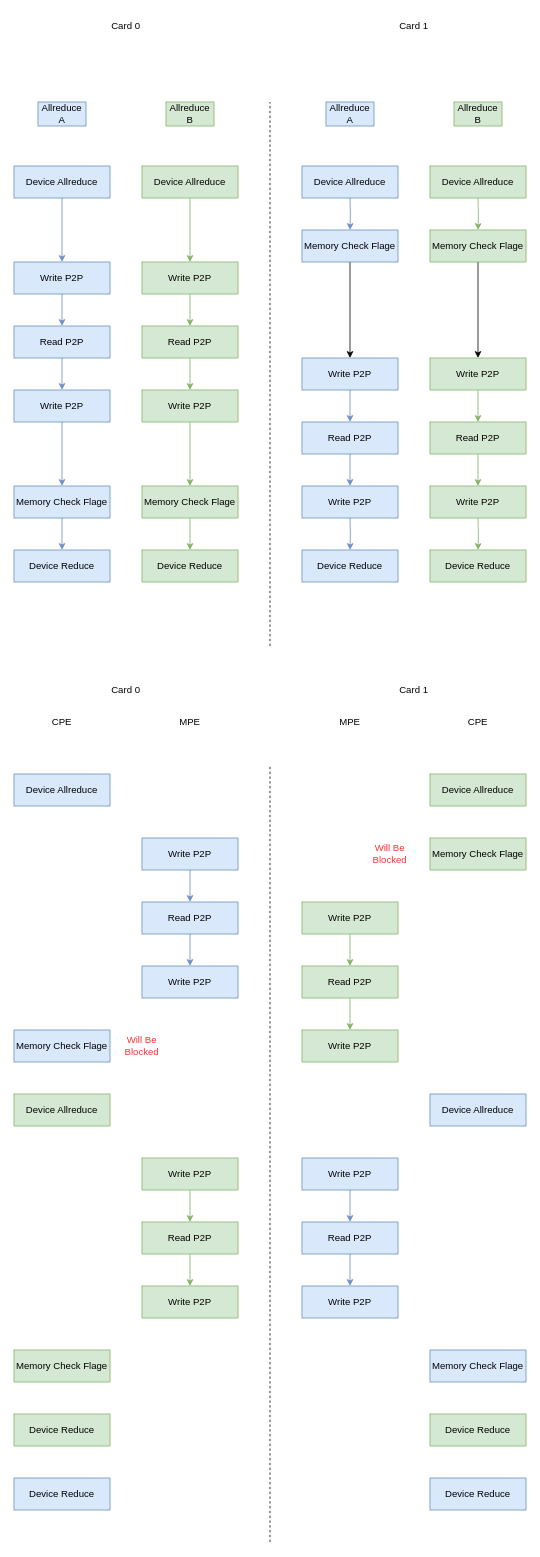
BEYHHH/SBLP keeps this draw.io diagram as TCCL/unbalanceP2PavoidBlock.drawio. Above is the earlier version. Source tidied: cells renumbered, new cells numbered last; positions are measured from the earlier drawing's top-left corner, leaving out a move shared by most shapes. Both pictures are drawn from the tidied source at 80%, with x=0, y=0 at pixel (14, 14).
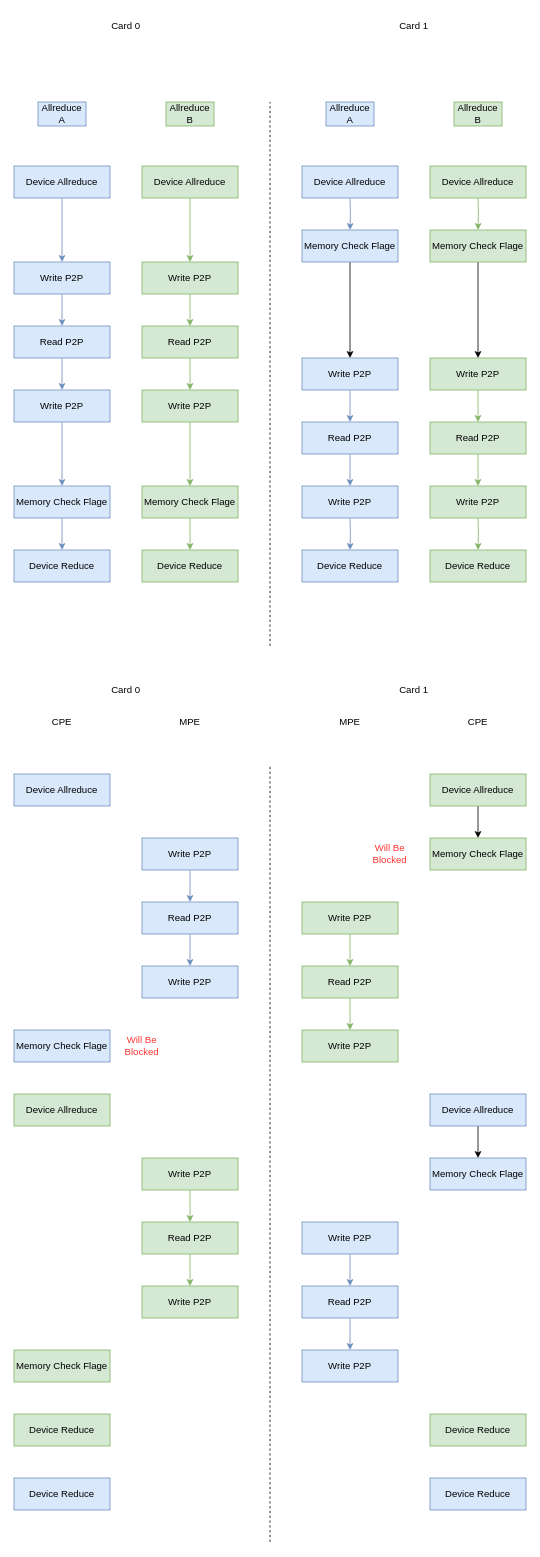
The same page after the edit.

The change refers to these unchanged cells:
```xml
<mxCell id="57" value="Device Allreduce" style="rounded=0;whiteSpace=wrap;html=1;fillColor=#d5e8d4;strokeColor=#82b366;" parent="1" vertex="1">
  <mxGeometry x="520" y="950" width="120" height="40" as="geometry" />
</mxCell>
<mxCell id="63" value="Memory Check Flage" style="rounded=0;whiteSpace=wrap;html=1;fillColor=#d5e8d4;strokeColor=#82b366;" parent="1" vertex="1">
  <mxGeometry x="520" y="1030" width="120" height="40" as="geometry" />
</mxCell>
<mxCell id="64" value="Device Allreduce" style="rounded=0;whiteSpace=wrap;html=1;fillColor=#dae8fc;strokeColor=#6c8ebf;" parent="1" vertex="1">
  <mxGeometry x="520" y="1350" width="120" height="40" as="geometry" />
</mxCell>
```

What changed in the source:
```diff
@@
+    <mxCell id="94" style="edgeStyle=orthogonalEdgeStyle;rounded=0;jettySize=auto;html=1;" parent="1" edge="1" source="57" target="63">
+      <mxGeometry relative="1" as="geometry" />
+    </mxCell>
@@
+    <mxCell id="95" style="edgeStyle=orthogonalEdgeStyle;rounded=0;jettySize=auto;html=1;" parent="1" edge="1" source="64" target="70">
+      <mxGeometry relative="1" as="geometry" />
+    </mxCell>
@@
     <mxCell id="66" value="Write P2P" style="rounded=0;whiteSpace=wrap;html=1;fillColor=#dae8fc;strokeColor=#6c8ebf;" parent="1" vertex="1">
-      <mxGeometry x="360" y="1430" width="120" height="40" as="geometry" />
+      <mxGeometry x="360" y="1510" width="120" height="40" as="geometry" />
     </mxCell>
@@
     <mxCell id="68" value="Read P2P" style="rounded=0;whiteSpace=wrap;html=1;fillColor=#dae8fc;strokeColor=#6c8ebf;" parent="1" vertex="1">
-      <mxGeometry x="360" y="1510" width="120" height="40" as="geometry" />
+      <mxGeometry x="360" y="1590" width="120" height="40" as="geometry" />
     </mxCell>
     <mxCell id="69" value="Write P2P" style="rounded=0;whiteSpace=wrap;html=1;fillColor=#dae8fc;strokeColor=#6c8ebf;" parent="1" vertex="1">
-      <mxGeometry x="360" y="1590" width="120" height="40" as="geometry" />
+      <mxGeometry x="360" y="1670" width="120" height="40" as="geometry" />
     </mxCell>
     <mxCell id="70" value="Memory Check Flage" style="rounded=0;whiteSpace=wrap;html=1;fillColor=#dae8fc;strokeColor=#6c8ebf;" parent="1" vertex="1">
-      <mxGeometry x="520" y="1670" width="120" height="40" as="geometry" />
+      <mxGeometry x="520" y="1430" width="120" height="40" as="geometry" />
     </mxCell>
```
